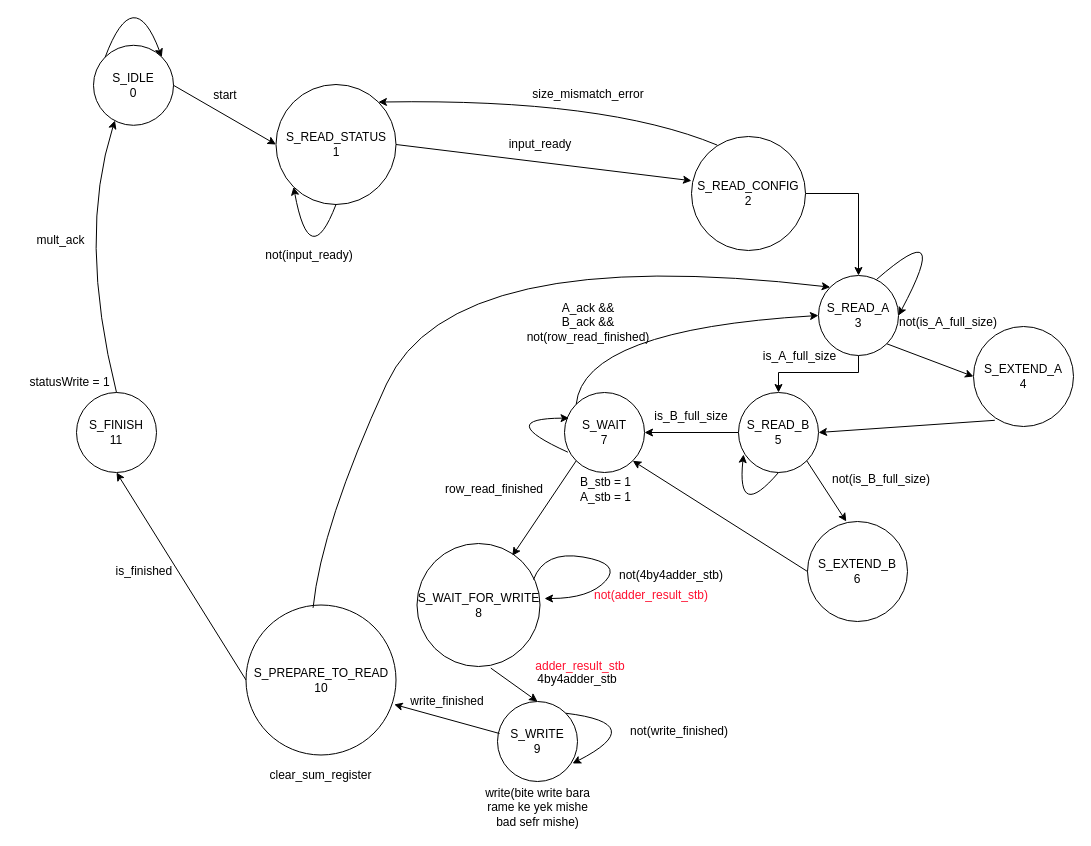
Earlier version of the draw.io diagram project/modules/top/fsm.drawio (solale427/dsd_project). Source tidied: cells renumbered, new cells numbered last; positions are measured from the earlier drawing's top-left corner, leaving out a move shared by most shapes. Both pictures are drawn from the tidied source at 100%, with x=0, y=0 at pixel (17, -19).
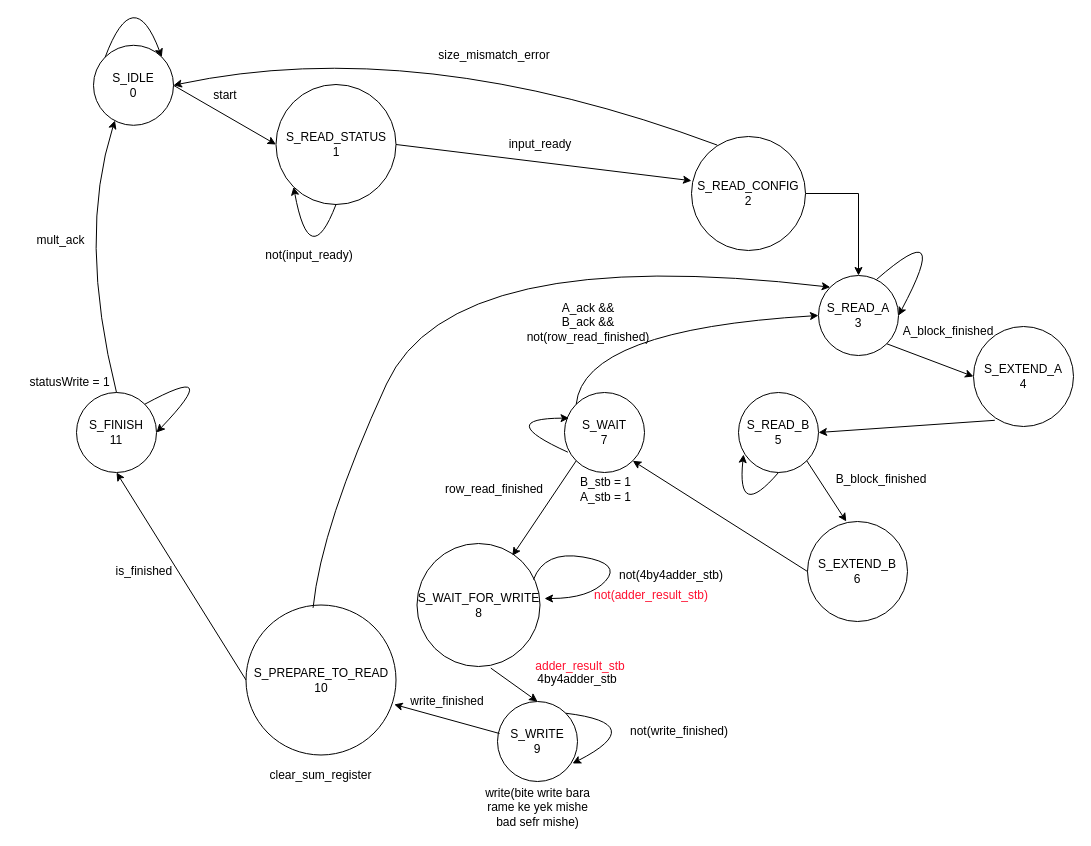
Above is the later version.

Unchanged cells that the change refers to:
```xml
<mxCell id="2" value="S_READ_STATUS&lt;br&gt;1" style="ellipse;whiteSpace=wrap;html=1;" parent="1" vertex="1">
  <mxGeometry x="258.5" y="103" width="120" height="120" as="geometry" />
</mxCell>
<mxCell id="4" value="S_READ_CONFIG&lt;br&gt;2" style="ellipse;whiteSpace=wrap;html=1;" parent="1" vertex="1">
  <mxGeometry x="674" y="155" width="114" height="114" as="geometry" />
</mxCell>
<mxCell id="9" value="S_READ_A&lt;br&gt;3" style="ellipse;whiteSpace=wrap;html=1;" parent="1" vertex="1">
  <mxGeometry x="801" y="294" width="80" height="80" as="geometry" />
</mxCell>
<mxCell id="13" value="S_READ_B&lt;br&gt;5" style="ellipse;whiteSpace=wrap;html=1;" parent="1" vertex="1">
  <mxGeometry x="721" y="411" width="80" height="80" as="geometry" />
</mxCell>
<mxCell id="14" value="S_WAIT&lt;br&gt;7" style="ellipse;whiteSpace=wrap;html=1;" parent="1" vertex="1">
  <mxGeometry x="547" y="411" width="80" height="80" as="geometry" />
</mxCell>
<mxCell id="30" value="S_FINISH&lt;br&gt;11" style="ellipse;whiteSpace=wrap;html=1;" parent="1" vertex="1">
  <mxGeometry x="59" y="411" width="80" height="80" as="geometry" />
</mxCell>
<mxCell id="55" value="S_IDLE&lt;br&gt;0" style="ellipse;whiteSpace=wrap;html=1;fontColor=#000000;" parent="1" vertex="1">
  <mxGeometry x="76" y="63.8" width="80" height="80" as="geometry" />
</mxCell>
```

The edit, as a diff of the source:
```diff
@@
-    <mxCell id="8" style="edgeStyle=orthogonalEdgeStyle;rounded=0;jettySize=auto;html=1;" parent="1" edge="1" source="9" target="13">
-      <mxGeometry relative="1" as="geometry">
-        <Array as="points">
-          <mxPoint x="841" y="391" />
-          <mxPoint x="761" y="391" />
-        </Array>
-      </mxGeometry>
-    </mxCell>
@@
-    <mxCell id="10" style="curved=1;endArrow=classic;html=1;exitX=0.225;exitY=0.075;exitDx=0;exitDy=0;entryX=1;entryY=0;entryDx=0;entryDy=0;exitPerimeter=0;" parent="1" edge="1" source="4" target="2">
+    <mxCell id="10" style="curved=1;endArrow=classic;html=1;exitX=0.225;exitY=0.075;exitDx=0;exitDy=0;entryX=1;entryY=0.5;entryDx=0;entryDy=0;exitPerimeter=0;" parent="1" edge="1" source="4" target="55">
       <mxGeometry relative="1" as="geometry">
         <Array as="points">
-          <mxPoint x="587" y="117" />
+          <mxPoint x="400" y="52" />
         </Array>
       </mxGeometry>
     </mxCell>
     <mxCell id="11" value="size_mismatch_error" style="text;html=1;strokeColor=none;fillColor=none;align=center;verticalAlign=middle;whiteSpace=wrap;rounded=0;" parent="1" vertex="1">
-      <mxGeometry x="497" y="103" width="148" height="20" as="geometry" />
+      <mxGeometry x="403" y="64" width="148" height="20" as="geometry" />
     </mxCell>
-    <mxCell id="12" style="edgeStyle=orthogonalEdgeStyle;rounded=0;jettySize=auto;html=1;entryX=1;entryY=0.5;entryDx=0;entryDy=0;" parent="1" edge="1" source="13" target="14">
-      <mxGeometry relative="1" as="geometry" />
-    </mxCell>
@@
-    <mxCell id="18" value="not(is_A_full_size)" style="text;html=1;strokeColor=none;fillColor=none;align=center;verticalAlign=middle;whiteSpace=wrap;rounded=0;" parent="1" vertex="1">
-      <mxGeometry x="881" y="325.5" width="100" height="30" as="geometry" />
+    <mxCell id="18" value="A_block_finished" style="text;html=1;strokeColor=none;fillColor=none;align=center;verticalAlign=middle;whiteSpace=wrap;rounded=0;" parent="1" vertex="1">
+      <mxGeometry x="881" y="335" width="100" height="30" as="geometry" />
     </mxCell>
-    <mxCell id="19" value="is_A_full_size" style="text;html=1;strokeColor=none;fillColor=none;align=center;verticalAlign=middle;whiteSpace=wrap;rounded=0;" parent="1" vertex="1">
-      <mxGeometry x="746" y="365" width="73" height="20" as="geometry" />
-    </mxCell>
@@
-    <mxCell id="24" value="not(is_B_full_size)" style="text;html=1;strokeColor=none;fillColor=none;align=center;verticalAlign=middle;whiteSpace=wrap;rounded=0;" parent="1" vertex="1">
+    <mxCell id="24" value="B_block_finished" style="text;html=1;strokeColor=none;fillColor=none;align=center;verticalAlign=middle;whiteSpace=wrap;rounded=0;" parent="1" vertex="1">
       <mxGeometry x="814" y="488" width="100" height="20" as="geometry" />
     </mxCell>
-    <mxCell id="25" value="is_B_full_size" style="text;html=1;strokeColor=none;fillColor=none;align=center;verticalAlign=middle;whiteSpace=wrap;rounded=0;" parent="1" vertex="1">
-      <mxGeometry x="645" y="425" width="58" height="20" as="geometry" />
-    </mxCell>
@@
+    <mxCell id="60" style="curved=1;endArrow=classic;html=1;fontColor=#000000;exitX=1;exitY=0;exitDx=0;exitDy=0;entryX=1;entryY=0.5;entryDx=0;entryDy=0;" parent="1" edge="1" source="30" target="30">
+      <mxGeometry relative="1" as="geometry">
+        <Array as="points">
+          <mxPoint x="208" y="379" />
+        </Array>
+      </mxGeometry>
+    </mxCell>
```
